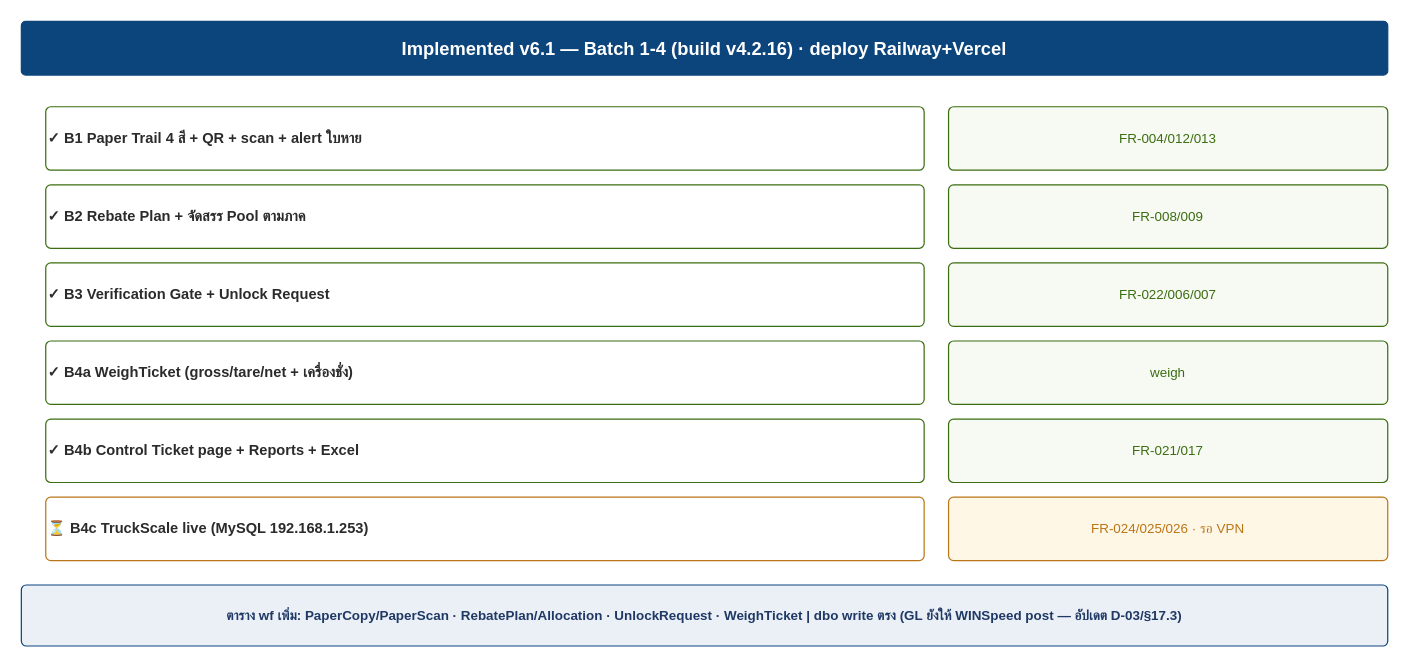
This is page "2d. Implemented v6.1" (5 of 11) of refs/WorldFert_Diagrams_v6.drawio from thirayume/winspeed-connect, a draw.io file, before an edit. Source tidied: cells renumbered, new cells numbered last; positions are measured from the earlier drawing's top-left corner, leaving out a move shared by most shapes. Both pictures are drawn from the tidied source at 122%, with x=0, y=0 at pixel (21, 21).
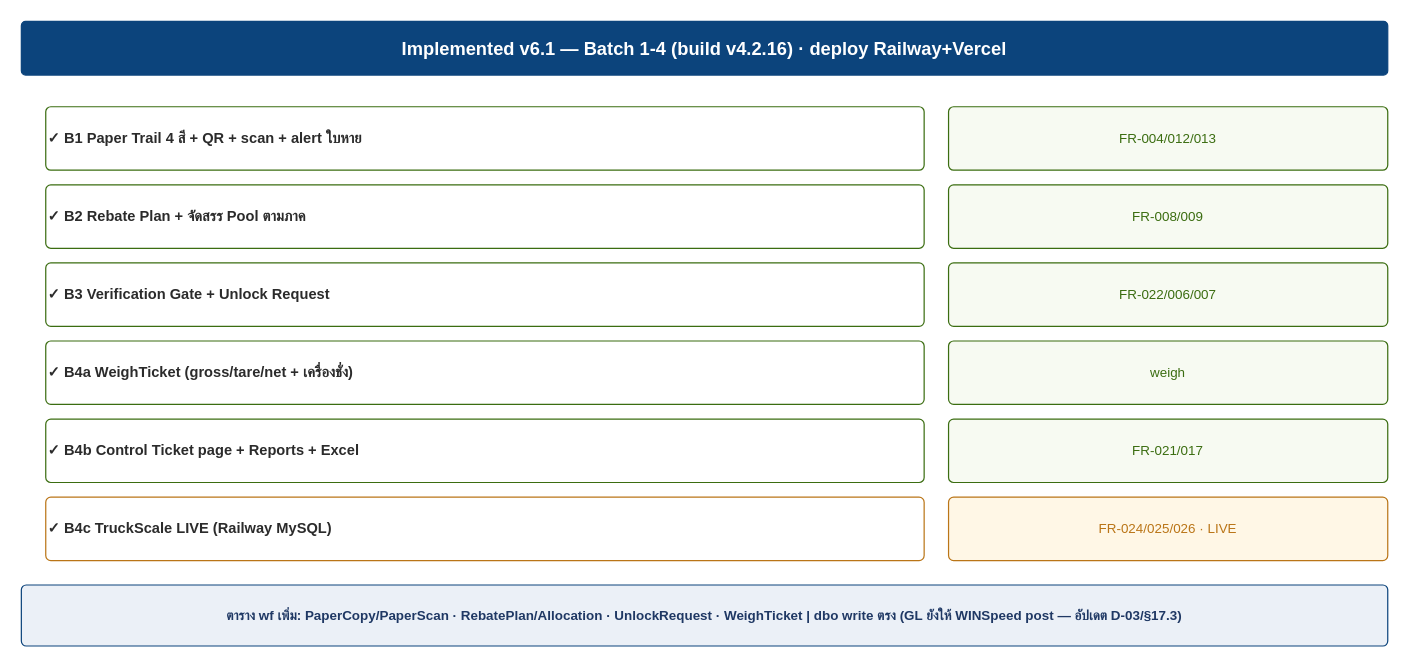
The same diagram, later.

Commit message (it also covers changes not shown here):
docs(v6.2): TruckScale DESIGN → LIVE (Railway MySQL, build v4.2.17)

- SRS: §18 TruckScale Live Integration (connection, endpoints, plate-based
  matching, flow) + bump cover/footer v6.2 + revision row 6.2
- pptx: v6.1→v6.2 + TruckScale slides DESIGN→LIVE
- drawio: TruckScale page + implemented page marked LIVE

What changed in the source:
```diff
@@
 <mxGraphModel>
   <root>
     <mxCell id="0" />
     <mxCell id="1" parent="0" />
     <mxCell id="2" value="Implemented v6.1 — Batch 1-4 (build v4.2.16) · deploy Railway+Vercel" style="rounded=1;whiteSpace=wrap;html=1;fillColor=#0C447C;strokeColor=#0C447C;fontColor=#FFFFFF;fontFamily=Prompt;fontSize=15;fontStyle=1;align=center;verticalAlign=middle;arcSize=8;" parent="1" vertex="1">
       <mxGeometry width="1120" height="44" as="geometry" />
     </mxCell>
     <mxCell id="3" value="✓  B1  Paper Trail 4 สี + QR + scan + alert ใบหาย" style="rounded=1;whiteSpace=wrap;html=1;fillColor=#FFFFFF;strokeColor=#3B6D11;fontColor=#2B2B2B;fontFamily=Prompt;fontSize=12;fontStyle=1;align=left;verticalAlign=middle;arcSize=8;" parent="1" vertex="1">
       <mxGeometry x="20" y="70" width="720" height="52" as="geometry" />
     </mxCell>
     <mxCell id="4" value="FR-004/012/013" style="rounded=1;whiteSpace=wrap;html=1;fillColor=#F7FAF2;strokeColor=#3B6D11;fontColor=#3B6D11;fontFamily=Prompt;fontSize=11;fontStyle=0;align=center;verticalAlign=middle;arcSize=8;" parent="1" vertex="1">
       <mxGeometry x="760" y="70" width="360" height="52" as="geometry" />
     </mxCell>
     <mxCell id="5" value="✓  B2  Rebate Plan + จัดสรร Pool ตามภาค" style="rounded=1;whiteSpace=wrap;html=1;fillColor=#FFFFFF;strokeColor=#3B6D11;fontColor=#2B2B2B;fontFamily=Prompt;fontSize=12;fontStyle=1;align=left;verticalAlign=middle;arcSize=8;" parent="1" vertex="1">
       <mxGeometry x="20" y="134" width="720" height="52" as="geometry" />
     </mxCell>
     <mxCell id="6" value="FR-008/009" style="rounded=1;whiteSpace=wrap;html=1;fillColor=#F7FAF2;strokeColor=#3B6D11;fontColor=#3B6D11;fontFamily=Prompt;fontSize=11;fontStyle=0;align=center;verticalAlign=middle;arcSize=8;" parent="1" vertex="1">
       <mxGeometry x="760" y="134" width="360" height="52" as="geometry" />
     </mxCell>
     <mxCell id="7" value="✓  B3  Verification Gate + Unlock Request" style="rounded=1;whiteSpace=wrap;html=1;fillColor=#FFFFFF;strokeColor=#3B6D11;fontColor=#2B2B2B;fontFamily=Prompt;fontSize=12;fontStyle=1;align=left;verticalAlign=middle;arcSize=8;" parent="1" vertex="1">
       <mxGeometry x="20" y="198" width="720" height="52" as="geometry" />
     </mxCell>
     <mxCell id="8" value="FR-022/006/007" style="rounded=1;whiteSpace=wrap;html=1;fillColor=#F7FAF2;strokeColor=#3B6D11;fontColor=#3B6D11;fontFamily=Prompt;fontSize=11;fontStyle=0;align=center;verticalAlign=middle;arcSize=8;" parent="1" vertex="1">
       <mxGeometry x="760" y="198" width="360" height="52" as="geometry" />
     </mxCell>
     <mxCell id="9" value="✓  B4a  WeighTicket (gross/tare/net + เครื่องชั่ง)" style="rounded=1;whiteSpace=wrap;html=1;fillColor=#FFFFFF;strokeColor=#3B6D11;fontColor=#2B2B2B;fontFamily=Prompt;fontSize=12;fontStyle=1;align=left;verticalAlign=middle;arcSize=8;" parent="1" vertex="1">
       <mxGeometry x="20" y="262" width="720" height="52" as="geometry" />
     </mxCell>
     <mxCell id="10" value="weigh" style="rounded=1;whiteSpace=wrap;html=1;fillColor=#F7FAF2;strokeColor=#3B6D11;fontColor=#3B6D11;fontFamily=Prompt;fontSize=11;fontStyle=0;align=center;verticalAlign=middle;arcSize=8;" parent="1" vertex="1">
       <mxGeometry x="760" y="262" width="360" height="52" as="geometry" />
     </mxCell>
     <mxCell id="11" value="✓  B4b  Control Ticket page + Reports + Excel" style="rounded=1;whiteSpace=wrap;html=1;fillColor=#FFFFFF;strokeColor=#3B6D11;fontColor=#2B2B2B;fontFamily=Prompt;fontSize=12;fontStyle=1;align=left;verticalAlign=middle;arcSize=8;" parent="1" vertex="1">
       <mxGeometry x="20" y="326" width="720" height="52" as="geometry" />
     </mxCell>
     <mxCell id="12" value="FR-021/017" style="rounded=1;whiteSpace=wrap;html=1;fillColor=#F7FAF2;strokeColor=#3B6D11;fontColor=#3B6D11;fontFamily=Prompt;fontSize=11;fontStyle=0;align=center;verticalAlign=middle;arcSize=8;" parent="1" vertex="1">
       <mxGeometry x="760" y="326" width="360" height="52" as="geometry" />
     </mxCell>
-    <mxCell id="13" value="⏳  B4c  TruckScale live (MySQL 192.168.1.253)" style="rounded=1;whiteSpace=wrap;html=1;fillColor=#FFFFFF;strokeColor=#BA7517;fontColor=#2B2B2B;fontFamily=Prompt;fontSize=12;fontStyle=1;align=left;verticalAlign=middle;arcSize=8;" parent="1" vertex="1">
+    <mxCell id="13" value="✓  B4c  TruckScale LIVE (Railway MySQL)" style="rounded=1;whiteSpace=wrap;html=1;fillColor=#FFFFFF;strokeColor=#BA7517;fontColor=#2B2B2B;fontFamily=Prompt;fontSize=12;fontStyle=1;align=left;verticalAlign=middle;arcSize=8;" parent="1" vertex="1">
       <mxGeometry x="20" y="390" width="720" height="52" as="geometry" />
     </mxCell>
-    <mxCell id="14" value="FR-024/025/026 · รอ VPN" style="rounded=1;whiteSpace=wrap;html=1;fillColor=#FFF7E6;strokeColor=#BA7517;fontColor=#BA7517;fontFamily=Prompt;fontSize=11;fontStyle=0;align=center;verticalAlign=middle;arcSize=8;" parent="1" vertex="1">
+    <mxCell id="14" value="FR-024/025/026 · LIVE" style="rounded=1;whiteSpace=wrap;html=1;fillColor=#FFF7E6;strokeColor=#BA7517;fontColor=#BA7517;fontFamily=Prompt;fontSize=11;fontStyle=0;align=center;verticalAlign=middle;arcSize=8;" parent="1" vertex="1">
       <mxGeometry x="760" y="390" width="360" height="52" as="geometry" />
     </mxCell>
     <mxCell id="15" value="ตาราง wf เพิ่ม: PaperCopy/PaperScan · RebatePlan/Allocation · UnlockRequest · WeighTicket   |   dbo write ตรง (GL ยังให้ WINSpeed post — อัปเดต D-03/§17.3)" style="rounded=1;whiteSpace=wrap;html=1;fillColor=#EBF0F7;strokeColor=#0C447C;fontColor=#1F3864;fontFamily=Prompt;fontSize=11;fontStyle=1;align=center;verticalAlign=middle;arcSize=8;" parent="1" vertex="1">
       <mxGeometry y="462" width="1120" height="50" as="geometry" />
     </mxCell>
   </root>
 </mxGraphModel>
```
